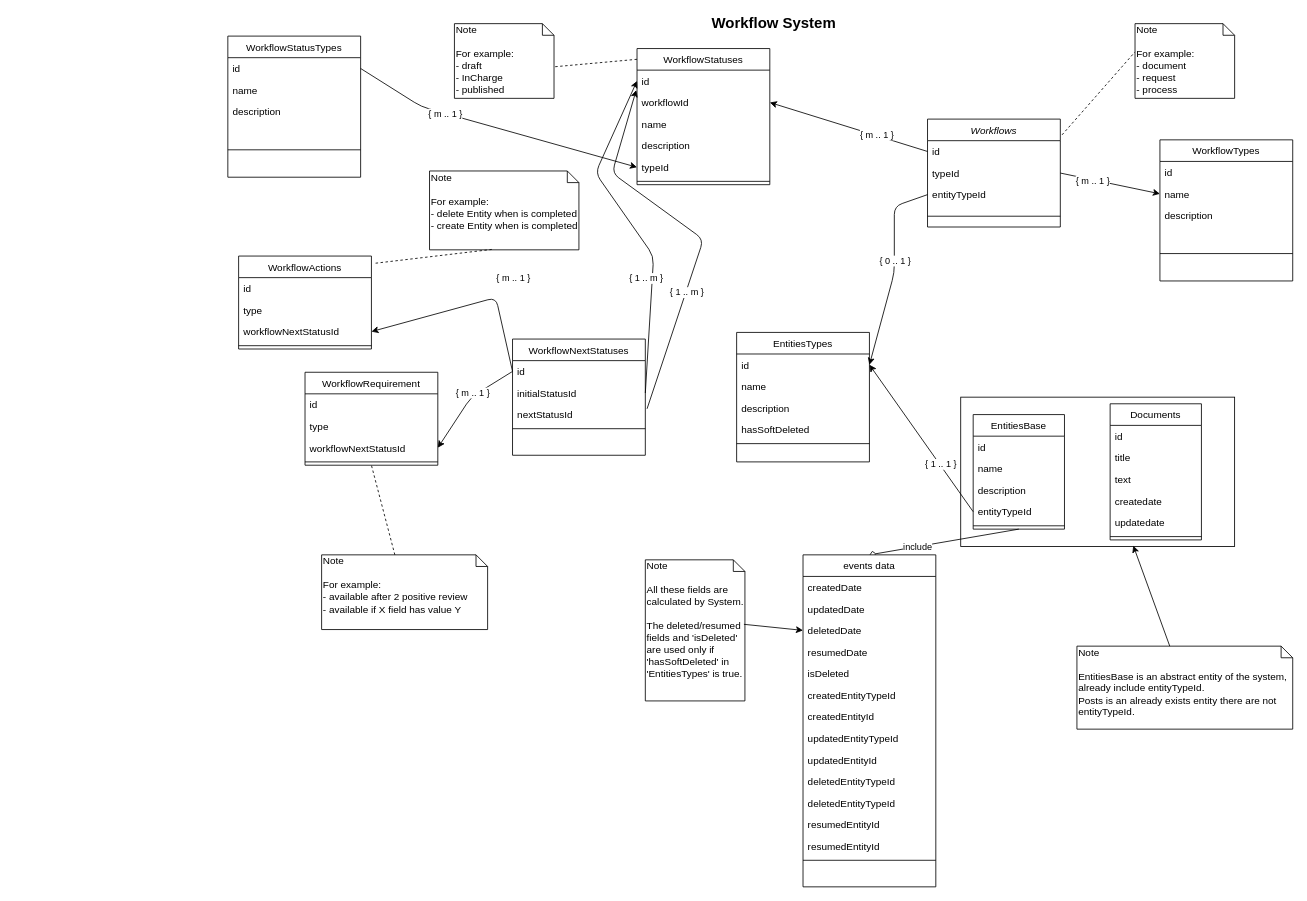
This is Project/Diagrams/WorkflowSystem.drawio from Magicianred/WorkflowSystem, a draw.io file, before an edit. Source tidied: cells renumbered, new cells numbered last; positions are measured from the earlier drawing's top-left corner, leaving out a move shared by most shapes. Both pictures are drawn from the tidied source at 83%, with x=0, y=0 at pixel (227, 15).
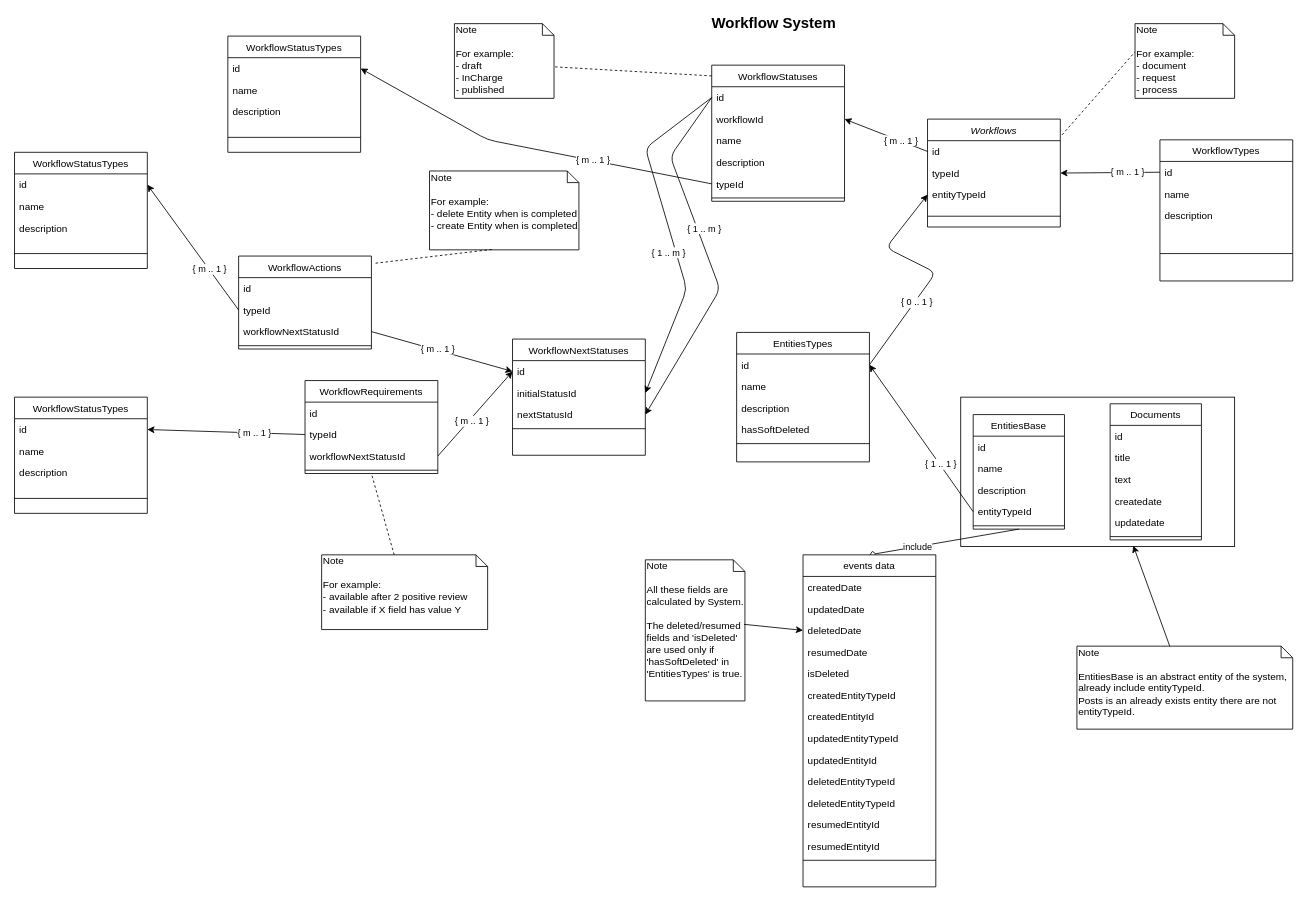
The same page after the edit.

The change refers to these unchanged cells:
```xml
<mxCell id="5" value="typeId" style="text;align=left;verticalAlign=top;spacingLeft=4;spacingRight=4;overflow=hidden;points=[[0,0.5],[1,0.5]];portConstraint=eastwest;rounded=0;shadow=0;html=0;" parent="3" vertex="1">
  <mxGeometry y="52" width="160" height="26" as="geometry" />
</mxCell>
<mxCell id="6" value="entityTypeId" style="text;align=left;verticalAlign=top;spacingLeft=4;spacingRight=4;overflow=hidden;points=[[0,0.5],[1,0.5]];portConstraint=eastwest;rounded=0;shadow=0;html=0;" parent="3" vertex="1">
  <mxGeometry y="78" width="160" height="26" as="geometry" />
</mxCell>
<mxCell id="9" value="id" style="text;align=left;verticalAlign=top;spacingLeft=4;spacingRight=4;overflow=hidden;points=[[0,0.5],[1,0.5]];portConstraint=eastwest;" parent="8" vertex="1">
  <mxGeometry y="26" width="160" height="26" as="geometry" />
</mxCell>
<mxCell id="10" value="name" style="text;align=left;verticalAlign=top;spacingLeft=4;spacingRight=4;overflow=hidden;points=[[0,0.5],[1,0.5]];portConstraint=eastwest;rounded=0;shadow=0;html=0;" parent="8" vertex="1">
  <mxGeometry y="52" width="160" height="26" as="geometry" />
</mxCell>
<mxCell id="14" value="id" style="text;align=left;verticalAlign=top;spacingLeft=4;spacingRight=4;overflow=hidden;points=[[0,0.5],[1,0.5]];portConstraint=eastwest;" parent="13" vertex="1">
  <mxGeometry y="26" width="160" height="26" as="geometry" />
</mxCell>
<mxCell id="18" value="typeId" style="text;align=left;verticalAlign=top;spacingLeft=4;spacingRight=4;overflow=hidden;points=[[0,0.5],[1,0.5]];portConstraint=eastwest;rounded=0;shadow=0;html=0;" parent="13" vertex="1">
  <mxGeometry y="130" width="160" height="26" as="geometry" />
</mxCell>
<mxCell id="57" value="id" style="text;align=left;verticalAlign=top;spacingLeft=4;spacingRight=4;overflow=hidden;points=[[0,0.5],[1,0.5]];portConstraint=eastwest;" parent="56" vertex="1">
  <mxGeometry y="26" width="160" height="26" as="geometry" />
</mxCell>
<mxCell id="58" value="initialStatusId" style="text;align=left;verticalAlign=top;spacingLeft=4;spacingRight=4;overflow=hidden;points=[[0,0.5],[1,0.5]];portConstraint=eastwest;rounded=0;shadow=0;html=0;" parent="56" vertex="1">
  <mxGeometry y="52" width="160" height="26" as="geometry" />
</mxCell>
<mxCell id="59" value="nextStatusId" style="text;align=left;verticalAlign=top;spacingLeft=4;spacingRight=4;overflow=hidden;points=[[0,0.5],[1,0.5]];portConstraint=eastwest;rounded=0;shadow=0;html=0;" parent="56" vertex="1">
  <mxGeometry y="78" width="160" height="26" as="geometry" />
</mxCell>
<mxCell id="95" value="id" style="text;align=left;verticalAlign=top;spacingLeft=4;spacingRight=4;overflow=hidden;points=[[0,0.5],[1,0.5]];portConstraint=eastwest;" parent="94" vertex="1">
  <mxGeometry y="26" width="160" height="26" as="geometry" />
</mxCell>
<mxCell id="100" value="WorkflowActions" style="swimlane;fontStyle=0;align=center;verticalAlign=top;horizontal=1;startSize=26;rounded=0;shadow=0;strokeWidth=1;" parent="1" vertex="1">
  <mxGeometry x="13" y="290" width="160" height="112" as="geometry" />
</mxCell>
<mxCell id="103" value="workflowNextStatusId" style="text;align=left;verticalAlign=top;spacingLeft=4;spacingRight=4;overflow=hidden;points=[[0,0.5],[1,0.5]];portConstraint=eastwest;rounded=0;shadow=0;html=0;" parent="100" vertex="1">
  <mxGeometry y="78" width="160" height="26" as="geometry" />
</mxCell>
```

The edit, as a diff of the source:
```diff
@@
+    <mxCell id="20" value="WorkflowStatusTypes" style="swimlane;fontStyle=0;align=center;verticalAlign=top;horizontal=1;startSize=26;rounded=0;shadow=0;strokeWidth=1;" parent="1" vertex="1">
+      <mxGeometry y="25" width="160" height="140" as="geometry" />
+    </mxCell>
+    <mxCell id="21" value="id" style="text;align=left;verticalAlign=top;spacingLeft=4;spacingRight=4;overflow=hidden;points=[[0,0.5],[1,0.5]];portConstraint=eastwest;" parent="20" vertex="1">
+      <mxGeometry y="26" width="160" height="26" as="geometry" />
+    </mxCell>
+    <mxCell id="22" value="name" style="text;align=left;verticalAlign=top;spacingLeft=4;spacingRight=4;overflow=hidden;rounded=0;shadow=0;html=0;" parent="20" vertex="1">
+      <mxGeometry y="52" width="160" height="26" as="geometry" />
+    </mxCell>
+    <mxCell id="23" value="description" style="text;align=left;verticalAlign=top;spacingLeft=4;spacingRight=4;overflow=hidden;rounded=0;shadow=0;html=0;" parent="20" vertex="1">
+      <mxGeometry y="78" width="160" height="26" as="geometry" />
+    </mxCell>
+    <mxCell id="24" style="line;html=1;strokeWidth=1;align=left;verticalAlign=middle;spacingTop=-1;spacingLeft=3;spacingRight=3;labelPosition=right;" parent="20" vertex="1">
+      <mxGeometry y="104" width="160" height="36" as="geometry" />
+    </mxCell>
+    <mxCell id="107" value="WorkflowStatusTypes" style="swimlane;fontStyle=0;align=center;verticalAlign=top;horizontal=1;startSize=26;rounded=0;shadow=0;strokeWidth=1;" parent="1" vertex="1">
+      <mxGeometry x="-257" y="165" width="160" height="140" as="geometry" />
+    </mxCell>
+    <mxCell id="108" value="id" style="text;align=left;verticalAlign=top;spacingLeft=4;spacingRight=4;overflow=hidden;points=[[0,0.5],[1,0.5]];portConstraint=eastwest;" parent="107" vertex="1">
+      <mxGeometry y="26" width="160" height="26" as="geometry" />
+    </mxCell>
+    <mxCell id="109" value="name" style="text;align=left;verticalAlign=top;spacingLeft=4;spacingRight=4;overflow=hidden;rounded=0;shadow=0;html=0;" parent="107" vertex="1">
+      <mxGeometry y="52" width="160" height="26" as="geometry" />
+    </mxCell>
+    <mxCell id="110" value="description" style="text;align=left;verticalAlign=top;spacingLeft=4;spacingRight=4;overflow=hidden;rounded=0;shadow=0;html=0;" parent="107" vertex="1">
+      <mxGeometry y="78" width="160" height="26" as="geometry" />
+    </mxCell>
+    <mxCell id="111" style="line;html=1;strokeWidth=1;align=left;verticalAlign=middle;spacingTop=-1;spacingLeft=3;spacingRight=3;labelPosition=right;" parent="107" vertex="1">
+      <mxGeometry y="104" width="160" height="36" as="geometry" />
+    </mxCell>
     <mxCell id="13" value="WorkflowStatuses" style="swimlane;fontStyle=0;align=center;verticalAlign=top;horizontal=1;startSize=26;rounded=0;shadow=0;strokeWidth=1;" parent="1" vertex="1">
-      <mxGeometry x="493" y="40" width="160" height="164" as="geometry" />
+      <mxGeometry x="583" y="60" width="160" height="164" as="geometry" />
     </mxCell>
@@
-    <mxCell id="20" value="WorkflowStatusTypes" style="swimlane;fontStyle=0;align=center;verticalAlign=top;horizontal=1;startSize=26;rounded=0;shadow=0;strokeWidth=1;" parent="1" vertex="1">
-      <mxGeometry y="25" width="160" height="170" as="geometry" />
-    </mxCell>
-    <mxCell id="21" value="id" style="text;align=left;verticalAlign=top;spacingLeft=4;spacingRight=4;overflow=hidden;points=[[0,0.5],[1,0.5]];portConstraint=eastwest;" parent="20" vertex="1">
-      <mxGeometry y="26" width="160" height="26" as="geometry" />
-    </mxCell>
-    <mxCell id="22" value="name" style="text;align=left;verticalAlign=top;spacingLeft=4;spacingRight=4;overflow=hidden;rounded=0;shadow=0;html=0;" parent="20" vertex="1">
-      <mxGeometry y="52" width="160" height="26" as="geometry" />
-    </mxCell>
-    <mxCell id="23" value="description" style="text;align=left;verticalAlign=top;spacingLeft=4;spacingRight=4;overflow=hidden;rounded=0;shadow=0;html=0;" parent="20" vertex="1">
-      <mxGeometry y="78" width="160" height="26" as="geometry" />
-    </mxCell>
-    <mxCell id="24" style="line;html=1;strokeWidth=1;align=left;verticalAlign=middle;spacingTop=-1;spacingLeft=3;spacingRight=3;labelPosition=right;" parent="20" vertex="1">
-      <mxGeometry y="104" width="160" height="66" as="geometry" />
-    </mxCell>
@@
-    <mxCell id="32" style="endArrow=classic;html=1;exitX=1;exitY=0.5;exitDx=0;exitDy=0;entryX=0;entryY=0.5;entryDx=0;entryDy=0;" parent="1" edge="1" source="5" target="10">
+    <mxCell id="32" style="endArrow=classic;html=1;exitX=0;exitY=0.5;exitDx=0;exitDy=0;entryX=1;entryY=0.5;entryDx=0;entryDy=0;" parent="1" edge="1" source="9" target="5">
       <mxGeometry relative="1" as="geometry" />
     </mxCell>
@@
-    <mxCell id="34" style="endArrow=classic;html=1;entryX=1;entryY=0.5;entryDx=0;entryDy=0;exitX=0;exitY=0.5;exitDx=0;exitDy=0;" parent="1" edge="1" source="6" target="95">
+    <mxCell id="34" style="endArrow=classic;html=1;exitX=1;exitY=0.5;exitDx=0;exitDy=0;entryX=0;entryY=0.5;entryDx=0;entryDy=0;" parent="1" edge="1" source="95" target="6">
       <mxGeometry relative="1" as="geometry">
         <Array as="points">
-          <mxPoint x="803" y="230" />
-          <mxPoint x="803" y="310" />
+          <mxPoint x="853" y="310" />
+          <mxPoint x="793" y="280" />
         </Array>
       </mxGeometry>
     </mxCell>
     <mxCell id="35" value="{ 0 .. 1 }" style="edgeLabel;html=1;align=center;verticalAlign=middle;" parent="34" vertex="1">
       <mxGeometry x="-0.35" y="-1" relative="1" as="geometry">
-        <mxPoint x="1" y="30.4" as="offset" />
+        <mxPoint x="1" y="-0.9" as="offset" />
       </mxGeometry>
     </mxCell>
@@
-    <mxCell id="44" style="endArrow=classic;html=1;exitX=1;exitY=0.5;exitDx=0;exitDy=0;entryX=0;entryY=0.5;entryDx=0;entryDy=0;" parent="1" edge="1" source="58" target="14">
+    <mxCell id="44" style="endArrow=classic;html=1;exitX=0;exitY=0.5;exitDx=0;exitDy=0;entryX=1;entryY=0.5;entryDx=0;entryDy=0;" parent="1" edge="1" source="14" target="58">
       <mxGeometry relative="1" as="geometry">
         <Array as="points">
-          <mxPoint x="513" y="290" />
-          <mxPoint x="443" y="190" />
+          <mxPoint x="503" y="160" />
+          <mxPoint x="553" y="330" />
         </Array>
       </mxGeometry>
     </mxCell>
     <mxCell id="45" value="{ 1 .. m }" style="edgeLabel;html=1;align=center;verticalAlign=middle;" parent="44" vertex="1">
       <mxGeometry x="-0.35" y="-1" relative="1" as="geometry">
-        <mxPoint x="-8.7" y="-6.3" as="offset" />
+        <mxPoint x="18.6" y="93.1" as="offset" />
       </mxGeometry>
     </mxCell>
-    <mxCell id="46" style="endArrow=classic;html=1;exitX=1.013;exitY=0.231;exitDx=0;exitDy=0;exitPerimeter=0;entryX=-0.006;entryY=0.923;entryDx=0;entryDy=0;entryPerimeter=0;" parent="1" edge="1" source="59" target="14">
+    <mxCell id="46" style="endArrow=classic;html=1;entryX=1;entryY=0.5;entryDx=0;entryDy=0;exitX=0;exitY=0.5;exitDx=0;exitDy=0;" parent="1" edge="1" source="14" target="59">
       <mxGeometry relative="1" as="geometry">
         <Array as="points">
-          <mxPoint x="573" y="270" />
-          <mxPoint x="463" y="190" />
+          <mxPoint x="533" y="170" />
+          <mxPoint x="593" y="330" />
         </Array>
       </mxGeometry>
     </mxCell>
     <mxCell id="47" value="{ 1 .. m }" style="edgeLabel;html=1;align=center;verticalAlign=middle;" parent="46" vertex="1">
-      <mxGeometry x="-0.35" y="-1" relative="1" as="geometry" />
+      <mxGeometry x="-0.35" y="-1" relative="1" as="geometry">
+        <mxPoint x="22.3" y="35.9" as="offset" />
+      </mxGeometry>
     </mxCell>
-    <mxCell id="48" style="endArrow=classic;html=1;exitX=0;exitY=0.5;exitDx=0;exitDy=0;entryX=1;entryY=0.5;entryDx=0;entryDy=0;" parent="1" edge="1" source="57" target="103">
-      <mxGeometry relative="1" as="geometry">
-        <Array as="points">
-          <mxPoint x="323" y="340" />
-        </Array>
-      </mxGeometry>
+    <mxCell id="48" style="endArrow=classic;html=1;exitX=1;exitY=0.5;exitDx=0;exitDy=0;entryX=0;entryY=0.5;entryDx=0;entryDy=0;" parent="1" edge="1" source="103" target="57">
+      <mxGeometry relative="1" as="geometry" />
     </mxCell>
     <mxCell id="49" value="{ m .. 1 }" style="edgeLabel;html=1;align=center;verticalAlign=middle;" parent="48" vertex="1">
       <mxGeometry x="-0.35" y="-1" relative="1" as="geometry">
-        <mxPoint x="17.2" y="-34.7" as="offset" />
+        <mxPoint x="25.4" y="4.5" as="offset" />
       </mxGeometry>
     </mxCell>
-    <mxCell id="50" style="endArrow=classic;html=1;entryX=1;entryY=0.5;entryDx=0;entryDy=0;exitX=0;exitY=0.5;exitDx=0;exitDy=0;" parent="1" edge="1" source="57" target="64">
-      <mxGeometry relative="1" as="geometry">
-        <Array as="points">
-          <mxPoint x="293" y="460" />
-        </Array>
-      </mxGeometry>
+    <mxCell id="50" style="endArrow=classic;html=1;entryX=0;entryY=0.5;entryDx=0;entryDy=0;exitX=1;exitY=0.5;exitDx=0;exitDy=0;" parent="1" edge="1" source="64" target="57">
+      <mxGeometry relative="1" as="geometry" />
     </mxCell>
     <mxCell id="51" value="{ m .. 1 }" style="edgeLabel;html=1;align=center;verticalAlign=middle;" parent="50" vertex="1">
       <mxGeometry x="-0.35" y="-1" relative="1" as="geometry">
-        <mxPoint x="-11.4" y="4" as="offset" />
+        <mxPoint x="10.3" y="-9.9" as="offset" />
       </mxGeometry>
     </mxCell>
@@
-    <mxCell id="61" value="WorkflowRequirement" style="swimlane;fontStyle=0;align=center;verticalAlign=top;horizontal=1;startSize=26;rounded=0;shadow=0;strokeWidth=1;" parent="1" vertex="1">
-      <mxGeometry x="93" y="430" width="160" height="112" as="geometry" />
-    </mxCell>
-    <mxCell id="62" value="id" style="text;align=left;verticalAlign=top;spacingLeft=4;spacingRight=4;overflow=hidden;" parent="61" vertex="1">
-      <mxGeometry y="26" width="160" height="26" as="geometry" />
-    </mxCell>
-    <mxCell id="63" value="type" style="text;align=left;verticalAlign=top;spacingLeft=4;spacingRight=4;overflow=hidden;points=[[0,0.5],[1,0.5]];portConstraint=eastwest;rounded=0;shadow=0;html=0;" parent="61" vertex="1">
-      <mxGeometry y="52" width="160" height="26" as="geometry" />
-    </mxCell>
-    <mxCell id="64" value="workflowNextStatusId" style="text;align=left;verticalAlign=top;spacingLeft=4;spacingRight=4;overflow=hidden;points=[[0,0.5],[1,0.5]];portConstraint=eastwest;rounded=0;shadow=0;html=0;" parent="61" vertex="1">
-      <mxGeometry y="78" width="160" height="26" as="geometry" />
-    </mxCell>
-    <mxCell id="65" style="line;html=1;strokeWidth=1;align=left;verticalAlign=middle;spacingTop=-1;spacingLeft=3;spacingRight=3;labelPosition=right;" parent="61" vertex="1">
-      <mxGeometry y="104" width="160" height="8" as="geometry" />
-    </mxCell>
@@
-    <mxCell id="102" value="type" style="text;align=left;verticalAlign=top;spacingLeft=4;spacingRight=4;overflow=hidden;points=[[0,0.5],[1,0.5]];portConstraint=eastwest;rounded=0;shadow=0;html=0;" parent="100" vertex="1">
+    <mxCell id="102" value="typeId" style="text;align=left;verticalAlign=top;spacingLeft=4;spacingRight=4;overflow=hidden;points=[[0,0.5],[1,0.5]];portConstraint=eastwest;rounded=0;shadow=0;html=0;" parent="100" vertex="1">
       <mxGeometry y="52" width="160" height="26" as="geometry" />
     </mxCell>
@@
-    <mxCell id="105" style="endArrow=classic;html=1;exitX=1;exitY=0.5;exitDx=0;exitDy=0;entryX=0;entryY=0.5;entryDx=0;entryDy=0;" parent="1" edge="1" source="21" target="18">
+    <mxCell id="105" style="endArrow=classic;html=1;entryX=1;entryY=0.5;entryDx=0;entryDy=0;exitX=0;exitY=0.5;exitDx=0;exitDy=0;" parent="1" edge="1" source="18" target="21">
       <mxGeometry relative="1" as="geometry">
         <Array as="points">
-          <mxPoint x="233" y="110" />
+          <mxPoint x="313" y="150" />
         </Array>
       </mxGeometry>
     </mxCell>
@@
+    <mxCell id="112" style="endArrow=classic;html=1;entryX=1;entryY=0.5;entryDx=0;entryDy=0;exitX=0;exitY=0.5;exitDx=0;exitDy=0;" parent="1" edge="1" source="102" target="108">
+      <mxGeometry relative="1" as="geometry" />
+    </mxCell>
+    <mxCell id="113" value="{ m .. 1 }" style="edgeLabel;html=1;align=center;verticalAlign=middle;" parent="112" vertex="1">
+      <mxGeometry x="-0.35" y="-1" relative="1" as="geometry" />
+    </mxCell>
+    <mxCell id="114" style="endArrow=classic;html=1;entryX=1;entryY=0.5;entryDx=0;entryDy=0;exitX=0;exitY=0.5;exitDx=0;exitDy=0;" parent="1" edge="1" source="63" target="117">
+      <mxGeometry relative="1" as="geometry" />
+    </mxCell>
+    <mxCell id="115" value="{ m .. 1 }" style="edgeLabel;html=1;align=center;verticalAlign=middle;" parent="114" vertex="1">
+      <mxGeometry x="-0.35" y="-1" relative="1" as="geometry" />
+    </mxCell>
+    <mxCell id="116" value="WorkflowStatusTypes" style="swimlane;fontStyle=0;align=center;verticalAlign=top;horizontal=1;startSize=26;rounded=0;shadow=0;strokeWidth=1;" parent="1" vertex="1">
+      <mxGeometry x="-257" y="460" width="160" height="140" as="geometry" />
+    </mxCell>
+    <mxCell id="117" value="id" style="text;align=left;verticalAlign=top;spacingLeft=4;spacingRight=4;overflow=hidden;points=[[0,0.5],[1,0.5]];portConstraint=eastwest;" parent="116" vertex="1">
+      <mxGeometry y="26" width="160" height="26" as="geometry" />
+    </mxCell>
+    <mxCell id="118" value="name" style="text;align=left;verticalAlign=top;spacingLeft=4;spacingRight=4;overflow=hidden;rounded=0;shadow=0;html=0;" parent="116" vertex="1">
+      <mxGeometry y="52" width="160" height="26" as="geometry" />
+    </mxCell>
+    <mxCell id="119" value="description" style="text;align=left;verticalAlign=top;spacingLeft=4;spacingRight=4;overflow=hidden;rounded=0;shadow=0;html=0;" parent="116" vertex="1">
+      <mxGeometry y="78" width="160" height="26" as="geometry" />
+    </mxCell>
+    <mxCell id="120" style="line;html=1;strokeWidth=1;align=left;verticalAlign=middle;spacingTop=-1;spacingLeft=3;spacingRight=3;labelPosition=right;" parent="116" vertex="1">
+      <mxGeometry y="104" width="160" height="36" as="geometry" />
+    </mxCell>
+    <mxCell id="61" value="WorkflowRequirements" style="swimlane;fontStyle=0;align=center;verticalAlign=top;horizontal=1;startSize=26;rounded=0;shadow=0;strokeWidth=1;" parent="1" vertex="1">
+      <mxGeometry x="93" y="440" width="160" height="112" as="geometry" />
+    </mxCell>
+    <mxCell id="62" value="id" style="text;align=left;verticalAlign=top;spacingLeft=4;spacingRight=4;overflow=hidden;" parent="61" vertex="1">
+      <mxGeometry y="26" width="160" height="26" as="geometry" />
+    </mxCell>
+    <mxCell id="63" value="typeId" style="text;align=left;verticalAlign=top;spacingLeft=4;spacingRight=4;overflow=hidden;points=[[0,0.5],[1,0.5]];portConstraint=eastwest;rounded=0;shadow=0;html=0;" parent="61" vertex="1">
+      <mxGeometry y="52" width="160" height="26" as="geometry" />
+    </mxCell>
+    <mxCell id="64" value="workflowNextStatusId" style="text;align=left;verticalAlign=top;spacingLeft=4;spacingRight=4;overflow=hidden;points=[[0,0.5],[1,0.5]];portConstraint=eastwest;rounded=0;shadow=0;html=0;" parent="61" vertex="1">
+      <mxGeometry y="78" width="160" height="26" as="geometry" />
+    </mxCell>
+    <mxCell id="65" style="line;html=1;strokeWidth=1;align=left;verticalAlign=middle;spacingTop=-1;spacingLeft=3;spacingRight=3;labelPosition=right;" parent="61" vertex="1">
+      <mxGeometry y="104" width="160" height="8" as="geometry" />
+    </mxCell>
```
